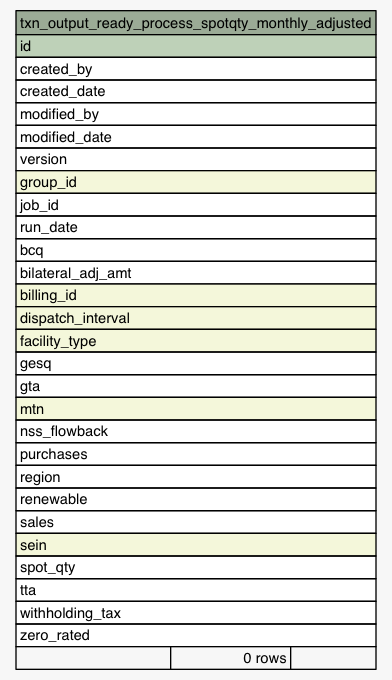
Earlier version of the Graphviz export Data/settlement/diagrams/summary/txn_output_ready_process_spotqty_monthly_adjusted.1degree.png (eyana-m/python-data-dictionary-writer). Its source is kept beside it as Data/settlement/diagrams/summary/txn_output_ready_process_spotqty_monthly_adjusted.1degree.dot.
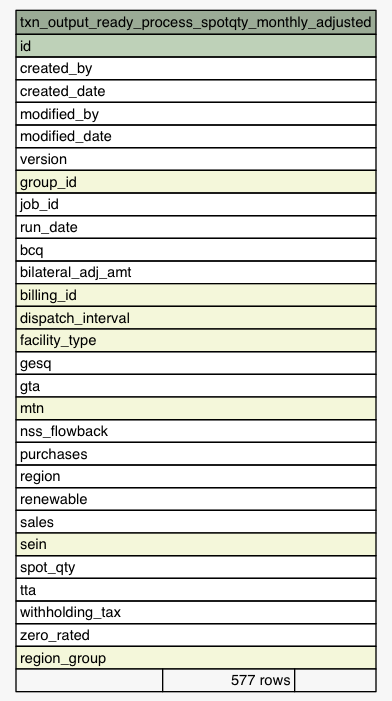
Later version of the same file.

What changed in the source:
```diff
@@ -46,7 +46,8 @@
       <TR><TD PORT="tta" COLSPAN="3" ALIGN="LEFT">tta</TD></TR>
       <TR><TD PORT="withholding_tax" COLSPAN="3" ALIGN="LEFT">withholding_tax</TD></TR>
       <TR><TD PORT="zero_rated" COLSPAN="3" ALIGN="LEFT">zero_rated</TD></TR>
-      <TR><TD ALIGN="LEFT" BGCOLOR="#f7f7f7">  </TD><TD ALIGN="RIGHT" BGCOLOR="#f7f7f7">0 rows</TD><TD ALIGN="RIGHT" BGCOLOR="#f7f7f7">  </TD></TR>
+      <TR><TD PORT="region_group" COLSPAN="3" BGCOLOR="#f4f7da" ALIGN="LEFT">region_group</TD></TR>
+      <TR><TD ALIGN="LEFT" BGCOLOR="#f7f7f7">  </TD><TD ALIGN="RIGHT" BGCOLOR="#f7f7f7">577 rows</TD><TD ALIGN="RIGHT" BGCOLOR="#f7f7f7">  </TD></TR>
     </TABLE>>
     URL="tables/txn_output_ready_process_spotqty_monthly_adjusted.html"
     tooltip="txn_output_ready_process_spotqty_monthly_adjusted"
```
